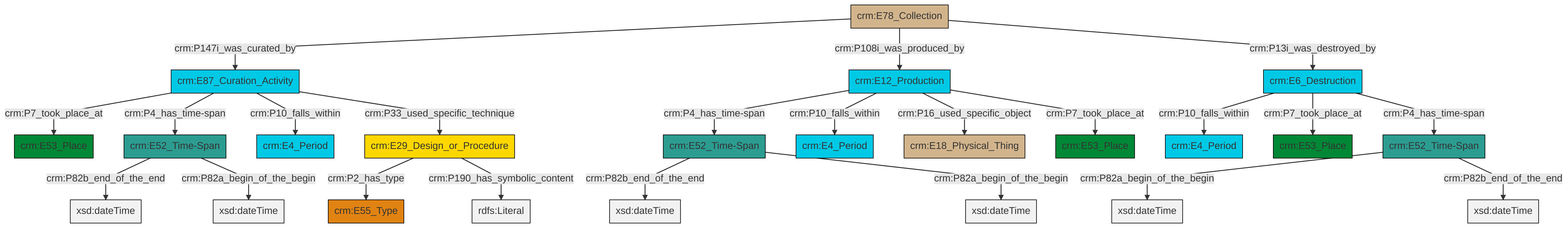
This is et/archivalCSV/ttl/mmd/png/archival_existence.png from swiss-art-research-net/docs.swissartresearch, a Mermaid export, as it was before one commit. Its source is kept beside it as et/archivalCSV/ttl/mmd/archival_existence.ttl.mmd. Its diagram source:
```mermaid
graph TD
classDef Literal fill:#f2f2f2,stroke:#000000;
classDef CRM_Entity fill:#FFFFFF,stroke:#000000;
classDef Temporal_Entity fill:#00C9E6, stroke:#000000;
classDef Type fill:#E18312, stroke:#000000;
classDef Time-Span fill:#2C9C91, stroke:#000000;
classDef Appellation fill:#FFEB7F, stroke:#000000;
classDef Place fill:#008836, stroke:#000000;
classDef Persistent_Item fill:#B266B2, stroke:#000000;
classDef Conceptual_Object fill:#FFD700, stroke:#000000;
classDef Physical_Thing fill:#D2B48C, stroke:#000000;
classDef Actor fill:#f58aad, stroke:#000000;
classDef PC_Classes fill:#4ce600, stroke:#000000;
classDef Multi fill:#cccccc,stroke:#000000;

0["crm:E52_Time-Span"]:::Time-Span -->|crm:P82b_end_of_the_end| 1[xsd:dateTime]:::Literal
4["crm:E12_Production"]:::Temporal_Entity -->|crm:P4_has_time-span| 0["crm:E52_Time-Span"]:::Time-Span
5["crm:E87_Curation_Activity"]:::Temporal_Entity -->|crm:P7_took_place_at| 6["crm:E53_Place"]:::Place
7["crm:E29_Design_or_Procedure"]:::Conceptual_Object -->|crm:P2_has_type| 9["crm:E55_Type"]:::Type
7["crm:E29_Design_or_Procedure"]:::Conceptual_Object -->|crm:P190_has_symbolic_content| 11[rdfs:Literal]:::Literal
5["crm:E87_Curation_Activity"]:::Temporal_Entity -->|crm:P4_has_time-span| 13["crm:E52_Time-Span"]:::Time-Span
14["crm:E52_Time-Span"]:::Time-Span -->|crm:P82a_begin_of_the_begin| 15[xsd:dateTime]:::Literal
13["crm:E52_Time-Span"]:::Time-Span -->|crm:P82b_end_of_the_end| 16[xsd:dateTime]:::Literal
22["crm:E78_Collection"]:::Physical_Thing -->|crm:P147i_was_curated_by| 5["crm:E87_Curation_Activity"]:::Temporal_Entity
22["crm:E78_Collection"]:::Physical_Thing -->|crm:P108i_was_produced_by| 4["crm:E12_Production"]:::Temporal_Entity
24["crm:E6_Destruction"]:::Temporal_Entity -->|crm:P10_falls_within| 20["crm:E4_Period"]:::Temporal_Entity
4["crm:E12_Production"]:::Temporal_Entity -->|crm:P10_falls_within| 27["crm:E4_Period"]:::Temporal_Entity
13["crm:E52_Time-Span"]:::Time-Span -->|crm:P82a_begin_of_the_begin| 28[xsd:dateTime]:::Literal
22["crm:E78_Collection"]:::Physical_Thing -->|crm:P13i_was_destroyed_by| 24["crm:E6_Destruction"]:::Temporal_Entity
24["crm:E6_Destruction"]:::Temporal_Entity -->|crm:P7_took_place_at| 2["crm:E53_Place"]:::Place
5["crm:E87_Curation_Activity"]:::Temporal_Entity -->|crm:P10_falls_within| 25["crm:E4_Period"]:::Temporal_Entity
4["crm:E12_Production"]:::Temporal_Entity -->|crm:P16_used_specific_object| 31["crm:E18_Physical_Thing"]:::Physical_Thing
4["crm:E12_Production"]:::Temporal_Entity -->|crm:P7_took_place_at| 18["crm:E53_Place"]:::Place
24["crm:E6_Destruction"]:::Temporal_Entity -->|crm:P4_has_time-span| 14["crm:E52_Time-Span"]:::Time-Span
14["crm:E52_Time-Span"]:::Time-Span -->|crm:P82b_end_of_the_end| 37[xsd:dateTime]:::Literal
5["crm:E87_Curation_Activity"]:::Temporal_Entity -->|crm:P33_used_specific_technique| 7["crm:E29_Design_or_Procedure"]:::Conceptual_Object
0["crm:E52_Time-Span"]:::Time-Span -->|crm:P82a_begin_of_the_begin| 38[xsd:dateTime]:::Literal
```
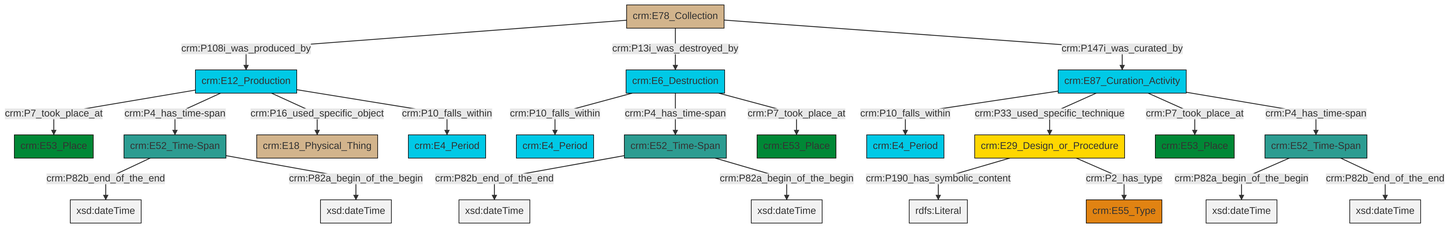
The same file after the commit.

Diff of the diagram source:
```diff
@@ -13,25 +13,25 @@
 classDef PC_Classes fill:#4ce600, stroke:#000000;
 classDef Multi fill:#cccccc,stroke:#000000;
 
-0["crm:E52_Time-Span"]:::Time-Span -->|crm:P82b_end_of_the_end| 1[xsd:dateTime]:::Literal
-4["crm:E12_Production"]:::Temporal_Entity -->|crm:P4_has_time-span| 0["crm:E52_Time-Span"]:::Time-Span
-5["crm:E87_Curation_Activity"]:::Temporal_Entity -->|crm:P7_took_place_at| 6["crm:E53_Place"]:::Place
-7["crm:E29_Design_or_Procedure"]:::Conceptual_Object -->|crm:P2_has_type| 9["crm:E55_Type"]:::Type
-7["crm:E29_Design_or_Procedure"]:::Conceptual_Object -->|crm:P190_has_symbolic_content| 11[rdfs:Literal]:::Literal
-5["crm:E87_Curation_Activity"]:::Temporal_Entity -->|crm:P4_has_time-span| 13["crm:E52_Time-Span"]:::Time-Span
-14["crm:E52_Time-Span"]:::Time-Span -->|crm:P82a_begin_of_the_begin| 15[xsd:dateTime]:::Literal
-13["crm:E52_Time-Span"]:::Time-Span -->|crm:P82b_end_of_the_end| 16[xsd:dateTime]:::Literal
-22["crm:E78_Collection"]:::Physical_Thing -->|crm:P147i_was_curated_by| 5["crm:E87_Curation_Activity"]:::Temporal_Entity
-22["crm:E78_Collection"]:::Physical_Thing -->|crm:P108i_was_produced_by| 4["crm:E12_Production"]:::Temporal_Entity
-24["crm:E6_Destruction"]:::Temporal_Entity -->|crm:P10_falls_within| 20["crm:E4_Period"]:::Temporal_Entity
-4["crm:E12_Production"]:::Temporal_Entity -->|crm:P10_falls_within| 27["crm:E4_Period"]:::Temporal_Entity
-13["crm:E52_Time-Span"]:::Time-Span -->|crm:P82a_begin_of_the_begin| 28[xsd:dateTime]:::Literal
-22["crm:E78_Collection"]:::Physical_Thing -->|crm:P13i_was_destroyed_by| 24["crm:E6_Destruction"]:::Temporal_Entity
-24["crm:E6_Destruction"]:::Temporal_Entity -->|crm:P7_took_place_at| 2["crm:E53_Place"]:::Place
-5["crm:E87_Curation_Activity"]:::Temporal_Entity -->|crm:P10_falls_within| 25["crm:E4_Period"]:::Temporal_Entity
-4["crm:E12_Production"]:::Temporal_Entity -->|crm:P16_used_specific_object| 31["crm:E18_Physical_Thing"]:::Physical_Thing
-4["crm:E12_Production"]:::Temporal_Entity -->|crm:P7_took_place_at| 18["crm:E53_Place"]:::Place
-24["crm:E6_Destruction"]:::Temporal_Entity -->|crm:P4_has_time-span| 14["crm:E52_Time-Span"]:::Time-Span
-14["crm:E52_Time-Span"]:::Time-Span -->|crm:P82b_end_of_the_end| 37[xsd:dateTime]:::Literal
-5["crm:E87_Curation_Activity"]:::Temporal_Entity -->|crm:P33_used_specific_technique| 7["crm:E29_Design_or_Procedure"]:::Conceptual_Object
-0["crm:E52_Time-Span"]:::Time-Span -->|crm:P82a_begin_of_the_begin| 38[xsd:dateTime]:::Literal
+4["crm:E87_Curation_Activity"]:::Temporal_Entity -->|crm:P10_falls_within| 0["crm:E4_Period"]:::Temporal_Entity
+7["crm:E52_Time-Span"]:::Time-Span -->|crm:P82b_end_of_the_end| 8[xsd:dateTime]:::Literal
+9["crm:E6_Destruction"]:::Temporal_Entity -->|crm:P10_falls_within| 10["crm:E4_Period"]:::Temporal_Entity
+11["crm:E12_Production"]:::Temporal_Entity -->|crm:P7_took_place_at| 12["crm:E53_Place"]:::Place
+13["crm:E52_Time-Span"]:::Time-Span -->|crm:P82b_end_of_the_end| 14[xsd:dateTime]:::Literal
+5["crm:E78_Collection"]:::Physical_Thing -->|crm:P108i_was_produced_by| 11["crm:E12_Production"]:::Temporal_Entity
+4["crm:E87_Curation_Activity"]:::Temporal_Entity -->|crm:P33_used_specific_technique| 16["crm:E29_Design_or_Procedure"]:::Conceptual_Object
+7["crm:E52_Time-Span"]:::Time-Span -->|crm:P82a_begin_of_the_begin| 18[xsd:dateTime]:::Literal
+16["crm:E29_Design_or_Procedure"]:::Conceptual_Object -->|crm:P190_has_symbolic_content| 21[rdfs:Literal]:::Literal
+5["crm:E78_Collection"]:::Physical_Thing -->|crm:P13i_was_destroyed_by| 9["crm:E6_Destruction"]:::Temporal_Entity
+4["crm:E87_Curation_Activity"]:::Temporal_Entity -->|crm:P7_took_place_at| 25["crm:E53_Place"]:::Place
+9["crm:E6_Destruction"]:::Temporal_Entity -->|crm:P4_has_time-span| 13["crm:E52_Time-Span"]:::Time-Span
+5["crm:E78_Collection"]:::Physical_Thing -->|crm:P147i_was_curated_by| 4["crm:E87_Curation_Activity"]:::Temporal_Entity
+11["crm:E12_Production"]:::Temporal_Entity -->|crm:P4_has_time-span| 7["crm:E52_Time-Span"]:::Time-Span
+11["crm:E12_Production"]:::Temporal_Entity -->|crm:P16_used_specific_object| 22["crm:E18_Physical_Thing"]:::Physical_Thing
+9["crm:E6_Destruction"]:::Temporal_Entity -->|crm:P7_took_place_at| 27["crm:E53_Place"]:::Place
+2["crm:E52_Time-Span"]:::Time-Span -->|crm:P82a_begin_of_the_begin| 30[xsd:dateTime]:::Literal
+13["crm:E52_Time-Span"]:::Time-Span -->|crm:P82a_begin_of_the_begin| 32[xsd:dateTime]:::Literal
+4["crm:E87_Curation_Activity"]:::Temporal_Entity -->|crm:P4_has_time-span| 2["crm:E52_Time-Span"]:::Time-Span
+16["crm:E29_Design_or_Procedure"]:::Conceptual_Object -->|crm:P2_has_type| 28["crm:E55_Type"]:::Type
+2["crm:E52_Time-Span"]:::Time-Span -->|crm:P82b_end_of_the_end| 35[xsd:dateTime]:::Literal
+11["crm:E12_Production"]:::Temporal_Entity -->|crm:P10_falls_within| 19["crm:E4_Period"]:::Temporal_Entity
```
